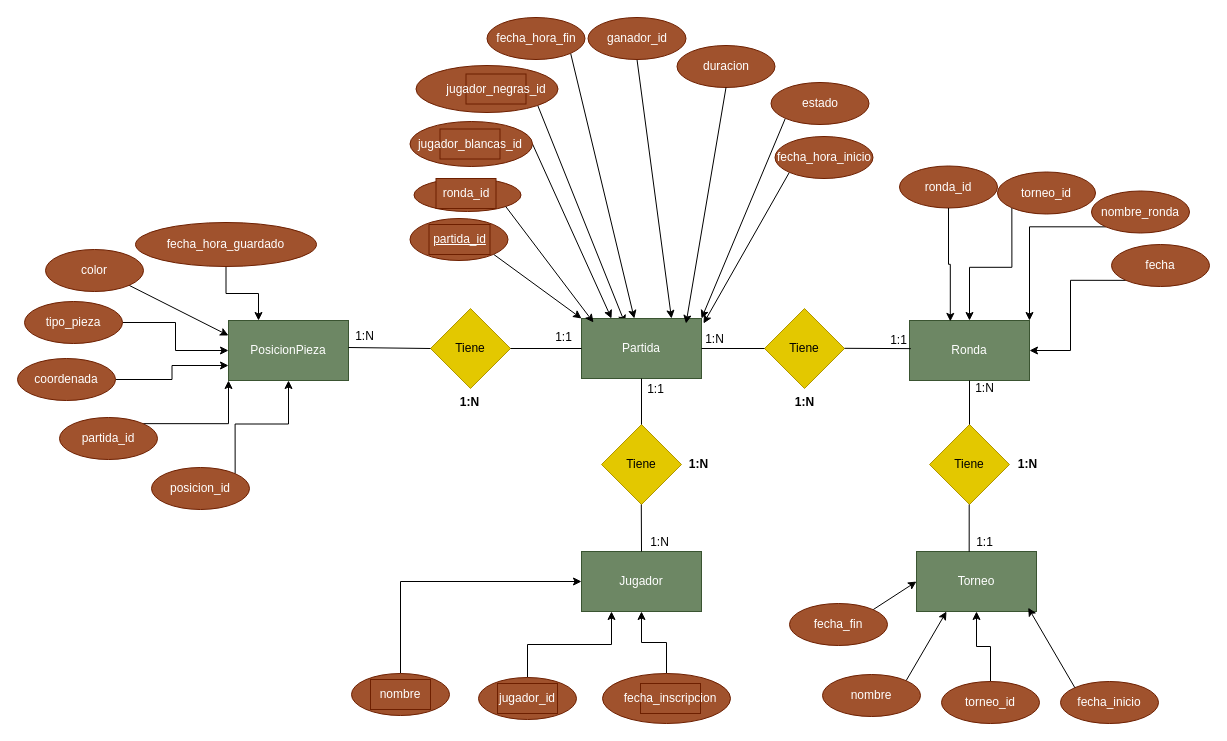
Earlier version of the draw.io diagram page "Diagrama-ER" (1 of 2) of Analisis/Diagrama-ER.drawio (rubenhs9/Concurso-Ajedrez). Source tidied: cells renumbered, new cells numbered last; positions are measured from the earlier drawing's top-left corner, leaving out a move shared by most shapes. Both pictures are drawn from the tidied source at 100%, with x=0, y=0 at pixel (17, 17).
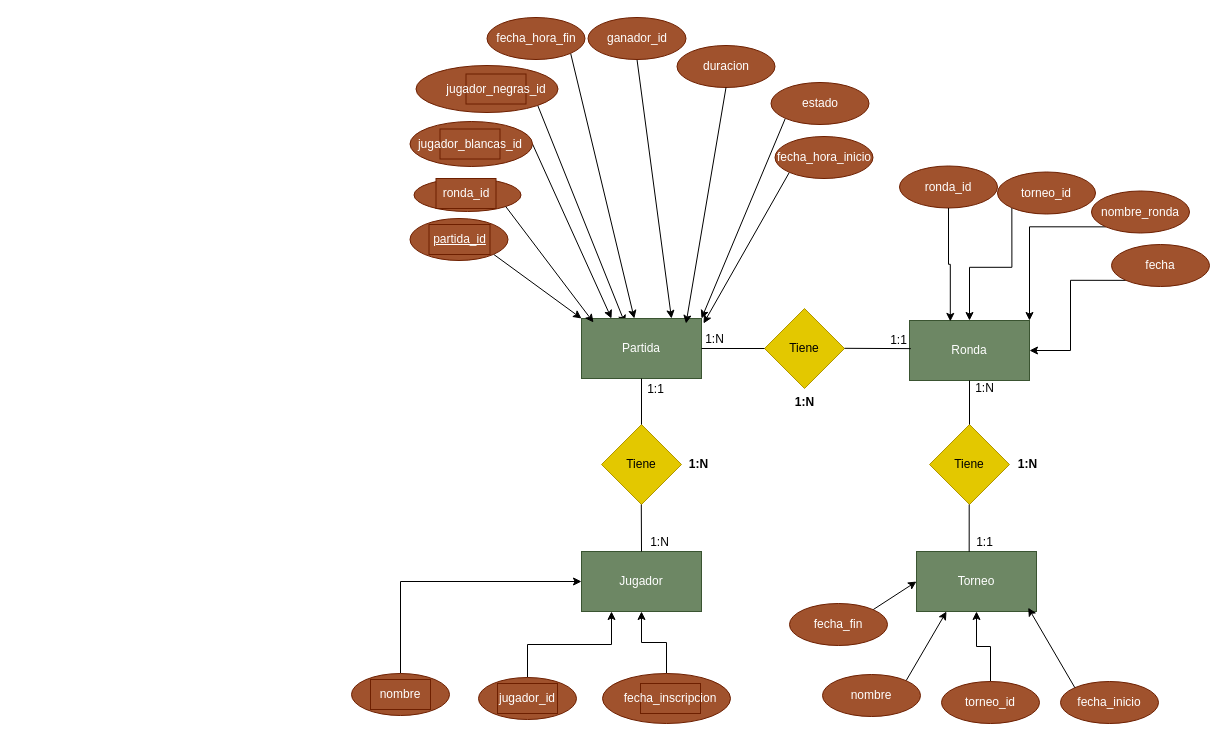
The same diagram, later.

Unchanged cells that the change refers to:
```xml
<mxCell id="15" value="Partida" style="rounded=0;whiteSpace=wrap;html=1;fillColor=#6d8764;fontColor=#ffffff;strokeColor=#3A5431;" parent="1" vertex="1">
  <mxGeometry x="564" y="301" width="120" height="60" as="geometry" />
</mxCell>
```

Change to the diagram source:
```diff
@@
-    <mxCell id="65" value="PosicionPieza" style="rounded=0;whiteSpace=wrap;html=1;fillColor=#6d8764;fontColor=#ffffff;strokeColor=#3A5431;" parent="1" vertex="1">
-      <mxGeometry x="211" y="303" width="120" height="60" as="geometry" />
-    </mxCell>
-    <mxCell id="66" value="Tiene" style="rhombus;whiteSpace=wrap;html=1;fillColor=#e3c800;fontColor=#000000;strokeColor=#B09500;" parent="1" vertex="1">
-      <mxGeometry x="413" y="291" width="80" height="80" as="geometry" />
-    </mxCell>
-    <mxCell id="67" style="endArrow=none;html=1;rounded=0;entryX=1;entryY=0.45;entryDx=0;entryDy=0;exitX=0;exitY=0.5;exitDx=0;exitDy=0;entryPerimeter=0;" parent="1" edge="1" source="66" target="65">
-      <mxGeometry relative="1" as="geometry" />
-    </mxCell>
-    <mxCell id="68" style="endArrow=none;html=1;rounded=0;entryX=1;entryY=0.5;entryDx=0;entryDy=0;exitX=0;exitY=0.5;exitDx=0;exitDy=0;" parent="1" edge="1" source="15" target="66">
-      <mxGeometry relative="1" as="geometry" />
-    </mxCell>
-    <mxCell id="69" style="edgeStyle=orthogonalEdgeStyle;rounded=0;jettySize=auto;html=1;exitX=1;exitY=0;exitDx=0;exitDy=0;entryX=0.5;entryY=1;entryDx=0;entryDy=0;" parent="1" edge="1" source="70" target="65">
-      <mxGeometry relative="1" as="geometry" />
-    </mxCell>
-    <mxCell id="70" value="posicion_id" style="ellipse;whiteSpace=wrap;html=1;fillColor=#a0522d;fontColor=#ffffff;strokeColor=#6D1F00;" parent="1" vertex="1">
-      <mxGeometry x="134" y="450" width="98" height="42" as="geometry" />
-    </mxCell>
-    <mxCell id="71" style="edgeStyle=orthogonalEdgeStyle;rounded=0;jettySize=auto;html=1;exitX=1;exitY=0;exitDx=0;exitDy=0;entryX=0;entryY=1;entryDx=0;entryDy=0;" parent="1" edge="1" source="72" target="65">
-      <mxGeometry relative="1" as="geometry" />
-    </mxCell>
-    <mxCell id="72" value="partida_id" style="ellipse;whiteSpace=wrap;html=1;fillColor=#a0522d;fontColor=#ffffff;strokeColor=#6D1F00;" parent="1" vertex="1">
-      <mxGeometry x="42" y="400" width="98" height="42" as="geometry" />
-    </mxCell>
-    <mxCell id="73" style="edgeStyle=orthogonalEdgeStyle;rounded=0;jettySize=auto;html=1;exitX=1;exitY=0.5;exitDx=0;exitDy=0;" parent="1" edge="1" source="74" target="65">
-      <mxGeometry relative="1" as="geometry" />
-    </mxCell>
-    <mxCell id="74" value="tipo_pieza" style="ellipse;whiteSpace=wrap;html=1;fillColor=#a0522d;fontColor=#ffffff;strokeColor=#6D1F00;" parent="1" vertex="1">
-      <mxGeometry x="7" y="284" width="98" height="42" as="geometry" />
-    </mxCell>
-    <mxCell id="75" style="edgeStyle=orthogonalEdgeStyle;rounded=0;jettySize=auto;html=1;exitX=1;exitY=0.5;exitDx=0;exitDy=0;entryX=0;entryY=0.75;entryDx=0;entryDy=0;" parent="1" edge="1" source="76" target="65">
-      <mxGeometry relative="1" as="geometry" />
-    </mxCell>
-    <mxCell id="76" value="coordenada" style="ellipse;whiteSpace=wrap;html=1;fillColor=#a0522d;fontColor=#ffffff;strokeColor=#6D1F00;" parent="1" vertex="1">
-      <mxGeometry y="341" width="98" height="42" as="geometry" />
-    </mxCell>
-    <mxCell id="77" style="edgeStyle=orthogonalEdgeStyle;rounded=0;jettySize=auto;html=1;exitX=0.5;exitY=1;exitDx=0;exitDy=0;entryX=0.25;entryY=0;entryDx=0;entryDy=0;" parent="1" edge="1" source="78" target="65">
-      <mxGeometry relative="1" as="geometry" />
-    </mxCell>
-    <mxCell id="78" value="fecha_hora_guardado" style="ellipse;whiteSpace=wrap;html=1;fillColor=#a0522d;fontColor=#ffffff;strokeColor=#6D1F00;" parent="1" vertex="1">
-      <mxGeometry x="118" y="205" width="181" height="44" as="geometry" />
-    </mxCell>
-    <mxCell id="79" style="rounded=0;jettySize=auto;html=1;exitX=1;exitY=1;exitDx=0;exitDy=0;entryX=0;entryY=0.25;entryDx=0;entryDy=0;" parent="1" edge="1" source="80" target="65">
-      <mxGeometry relative="1" as="geometry" />
-    </mxCell>
-    <mxCell id="80" value="color" style="ellipse;whiteSpace=wrap;html=1;fillColor=#a0522d;fontColor=#ffffff;strokeColor=#6D1F00;" parent="1" vertex="1">
-      <mxGeometry x="28" y="232" width="98" height="42" as="geometry" />
-    </mxCell>
-    <mxCell id="81" value="1:1" style="text;html=1;align=center;verticalAlign=middle;whiteSpace=wrap;rounded=0;" parent="1" vertex="1">
-      <mxGeometry x="524.5" y="311" width="43" height="18" as="geometry" />
-    </mxCell>
-    <mxCell id="82" value="1:N" style="text;html=1;align=center;verticalAlign=middle;whiteSpace=wrap;rounded=0;" parent="1" vertex="1">
-      <mxGeometry x="326" y="311" width="43" height="15" as="geometry" />
-    </mxCell>
-    <mxCell id="83" value="&lt;b&gt;1:N&lt;/b&gt;" style="text;html=1;align=center;verticalAlign=middle;whiteSpace=wrap;rounded=0;" parent="1" vertex="1">
-      <mxGeometry x="431" y="376" width="43" height="18" as="geometry" />
-    </mxCell>
```
